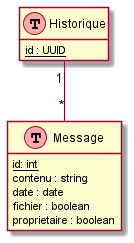
This is classe/bdd.png from arc-hugo/clavardage_uml, a PlantUML export, as it was before one commit. Source of this version:
```plantuml
@startuml bdd
!define table(x) class x << (T,#FFAAAA) >>
hide methods
hide stereotypes
table(Historique) {
    {static} id : UUID
}
table(Message) {
    {static} id: int
    contenu : string
    date : date
    fichier : boolean
    proprietaire : boolean
}
Historique "1" -- "*" Message
@enduml
```
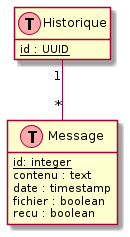
Later version of the same file.

Diff of the diagram source:
```diff
@@ -6,11 +6,11 @@
     {static} id : UUID
 }
 table(Message) {
-    {static} id: int
-    contenu : string
-    date : date
+    {static} id: integer
+    contenu : text
+    date : timestamp
     fichier : boolean
-    proprietaire : boolean
+    recu : boolean
 }
 Historique "1" -- "*" Message
 @enduml
```
